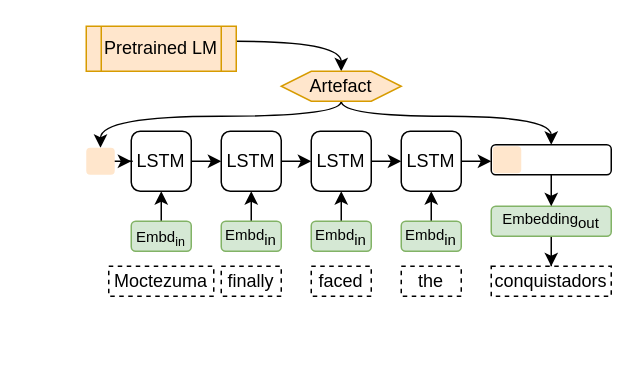
Earlier version of the draw.io diagram meta/model_moctezuma.drawio (zouharvi/sentence-embd-fusion). Source tidied: cells renumbered, new cells numbered last; positions are measured from the earlier drawing's top-left corner, leaving out a move shared by most shapes. Both pictures are drawn from the tidied source at 150%, with x=0, y=0 at pixel (86, 26).
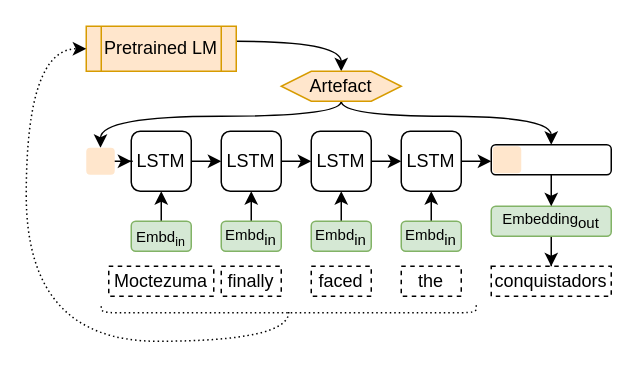
The same diagram, later.

The change refers to these unchanged cells:
```xml
<mxCell id="15" value="Pretrained LM" style="shape=process;whiteSpace=wrap;html=1;backgroundOutline=1;fillColor=#ffe6cc;strokeColor=#d79b00;" parent="1" vertex="1">
  <mxGeometry width="100" height="30" as="geometry" />
</mxCell>
```

Change to the diagram source:
```diff
@@
+    <mxCell id="35" style="edgeStyle=orthogonalEdgeStyle;rounded=0;jettySize=auto;html=1;entryX=0;entryY=0.5;entryDx=0;entryDy=0;curved=1;exitX=0.1;exitY=0.5;exitDx=0;exitDy=0;exitPerimeter=0;dashed=1;dashPattern=1 2;strokeWidth=1;" parent="1" edge="1" source="36" target="15">
+      <mxGeometry relative="1" as="geometry">
+        <Array as="points">
+          <mxPoint x="135" y="210" />
+          <mxPoint x="-40" y="210" />
+          <mxPoint x="-40" y="15" />
+        </Array>
+      </mxGeometry>
+    </mxCell>
+    <mxCell id="36" style="shape=curlyBracket;whiteSpace=wrap;html=1;rounded=1;flipH=1;rotation=90;dashed=1;dashPattern=1 2;size=0;" parent="1" vertex="1">
+      <mxGeometry x="132.5" y="63.5" width="5" height="250" as="geometry" />
+    </mxCell>
```
